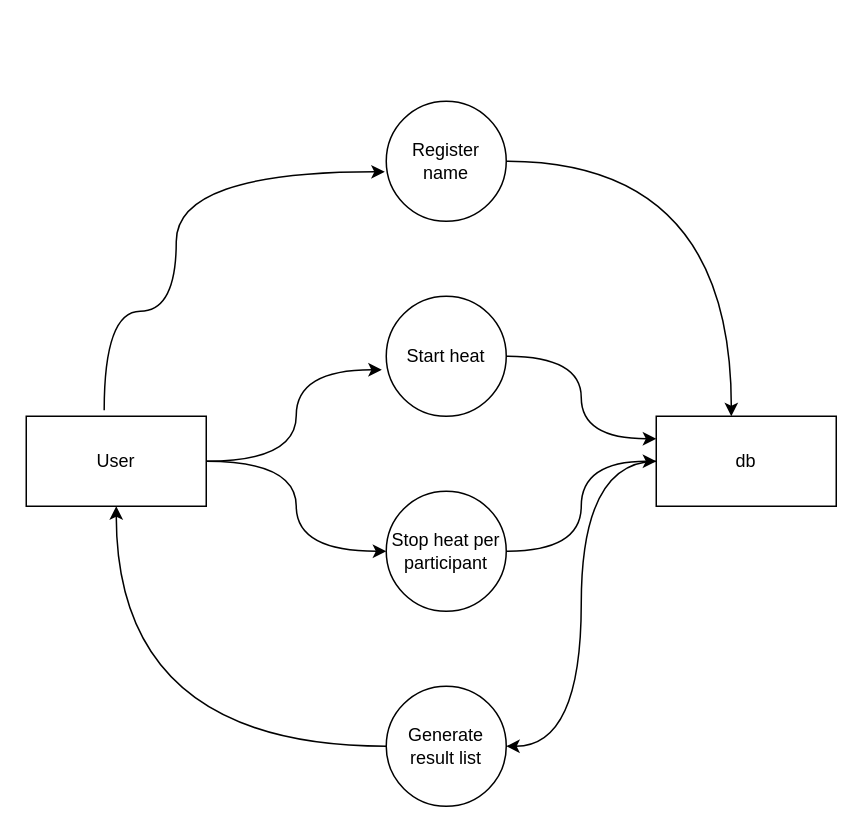
Above: page "Page-1" (1 of 2) of ProcessFlowDiagr.drawio in terjetopland/Merke (draw.io), before the change. Source tidied: cells renumbered, new cells numbered last; positions are measured from the earlier drawing's top-left corner, leaving out a move shared by most shapes. Both pictures are drawn from the tidied source at 150%, with x=0, y=0 at pixel (26, 100).
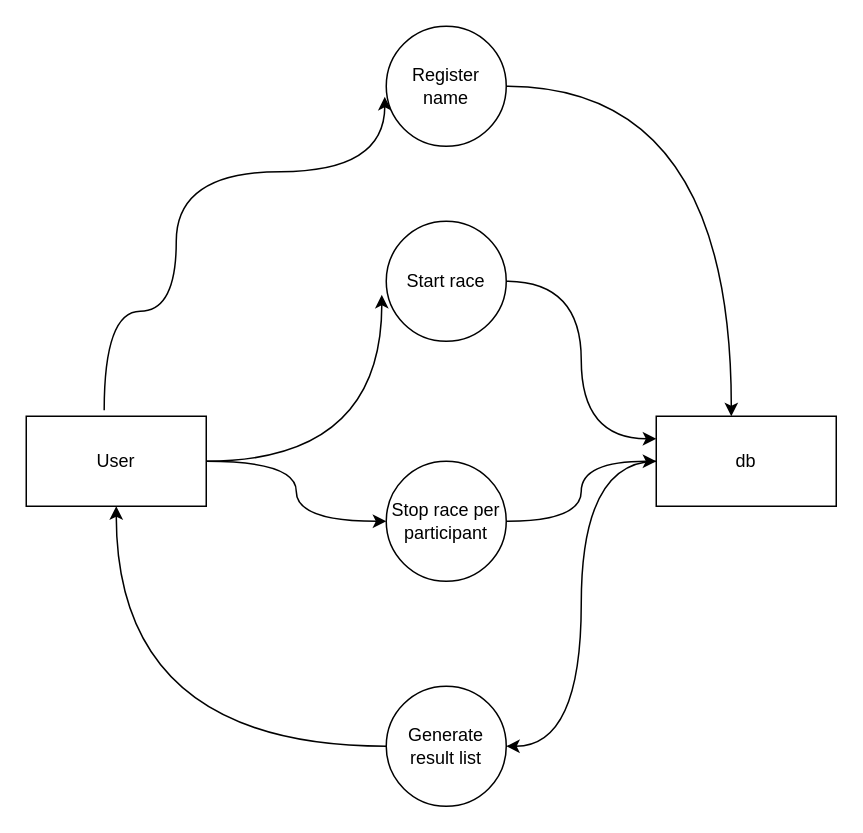
The same page after the edit.

Commit message (it also covers changes not shown here):
Added start time to Race

What changed in the source:
```diff
@@
 <mxGraphModel>
   <root>
     <mxCell id="0" />
     <mxCell id="1" parent="0" />
     <mxCell id="2" style="edgeStyle=orthogonalEdgeStyle;rounded=0;jettySize=auto;html=1;exitX=0.433;exitY=-0.067;exitDx=0;exitDy=0;exitPerimeter=0;elbow=vertical;curved=1;entryX=-0.012;entryY=0.588;entryDx=0;entryDy=0;entryPerimeter=0;" parent="1" edge="1" source="5" target="9">
       <mxGeometry relative="1" as="geometry">
         <Array as="points">
           <mxPoint x="52" y="140" />
           <mxPoint x="100" y="140" />
           <mxPoint x="100" y="47" />
         </Array>
       </mxGeometry>
     </mxCell>
     <mxCell id="3" style="edgeStyle=orthogonalEdgeStyle;curved=1;rounded=0;jettySize=auto;html=1;entryX=-0.037;entryY=0.613;entryDx=0;entryDy=0;entryPerimeter=0;elbow=vertical;" parent="1" edge="1" source="5" target="11">
       <mxGeometry relative="1" as="geometry" />
     </mxCell>
     <mxCell id="4" style="edgeStyle=orthogonalEdgeStyle;curved=1;rounded=0;jettySize=auto;html=1;elbow=vertical;" parent="1" edge="1" source="5" target="13">
       <mxGeometry relative="1" as="geometry" />
     </mxCell>
     <mxCell id="5" value="User" style="rounded=0;whiteSpace=wrap;html=1;" parent="1" vertex="1">
       <mxGeometry y="210" width="120" height="60" as="geometry" />
     </mxCell>
     <mxCell id="6" style="edgeStyle=orthogonalEdgeStyle;curved=1;rounded=0;jettySize=auto;html=1;entryX=1;entryY=0.5;entryDx=0;entryDy=0;elbow=vertical;" parent="1" edge="1" source="7" target="15">
       <mxGeometry relative="1" as="geometry" />
     </mxCell>
     <mxCell id="7" value="db" style="rounded=0;whiteSpace=wrap;html=1;" parent="1" vertex="1">
       <mxGeometry x="420" y="210" width="120" height="60" as="geometry" />
     </mxCell>
     <mxCell id="8" style="edgeStyle=orthogonalEdgeStyle;curved=1;rounded=0;jettySize=auto;html=1;entryX=0.417;entryY=0;entryDx=0;entryDy=0;entryPerimeter=0;elbow=vertical;" parent="1" edge="1" source="9" target="7">
       <mxGeometry relative="1" as="geometry" />
     </mxCell>
     <mxCell id="9" value="Register name" style="ellipse;whiteSpace=wrap;html=1;" parent="1" vertex="1">
-      <mxGeometry x="240" width="80" height="80" as="geometry" />
+      <mxGeometry x="240" y="-50" width="80" height="80" as="geometry" />
     </mxCell>
     <mxCell id="10" style="edgeStyle=orthogonalEdgeStyle;curved=1;rounded=0;jettySize=auto;html=1;entryX=0;entryY=0.25;entryDx=0;entryDy=0;elbow=vertical;" parent="1" edge="1" source="11" target="7">
       <mxGeometry relative="1" as="geometry" />
     </mxCell>
-    <mxCell id="11" value="Start heat" style="ellipse;whiteSpace=wrap;html=1;" parent="1" vertex="1">
-      <mxGeometry x="240" y="130" width="80" height="80" as="geometry" />
+    <mxCell id="11" value="Start race" style="ellipse;whiteSpace=wrap;html=1;" parent="1" vertex="1">
+      <mxGeometry x="240" y="80" width="80" height="80" as="geometry" />
     </mxCell>
     <mxCell id="12" style="edgeStyle=orthogonalEdgeStyle;curved=1;rounded=0;jettySize=auto;html=1;entryX=0;entryY=0.5;entryDx=0;entryDy=0;elbow=vertical;" parent="1" edge="1" source="13" target="7">
       <mxGeometry relative="1" as="geometry" />
     </mxCell>
-    <mxCell id="13" value="Stop heat per participant" style="ellipse;whiteSpace=wrap;html=1;" parent="1" vertex="1">
-      <mxGeometry x="240" y="260" width="80" height="80" as="geometry" />
+    <mxCell id="13" value="Stop race per participant" style="ellipse;whiteSpace=wrap;html=1;" parent="1" vertex="1">
+      <mxGeometry x="240" y="240" width="80" height="80" as="geometry" />
     </mxCell>
     <mxCell id="14" style="edgeStyle=orthogonalEdgeStyle;curved=1;rounded=0;jettySize=auto;html=1;entryX=0.5;entryY=1;entryDx=0;entryDy=0;elbow=vertical;" parent="1" edge="1" source="15" target="5">
       <mxGeometry relative="1" as="geometry" />
     </mxCell>
     <mxCell id="15" value="Generate result list" style="ellipse;whiteSpace=wrap;html=1;" parent="1" vertex="1">
       <mxGeometry x="240" y="390" width="80" height="80" as="geometry" />
     </mxCell>
   </root>
 </mxGraphModel>
```
